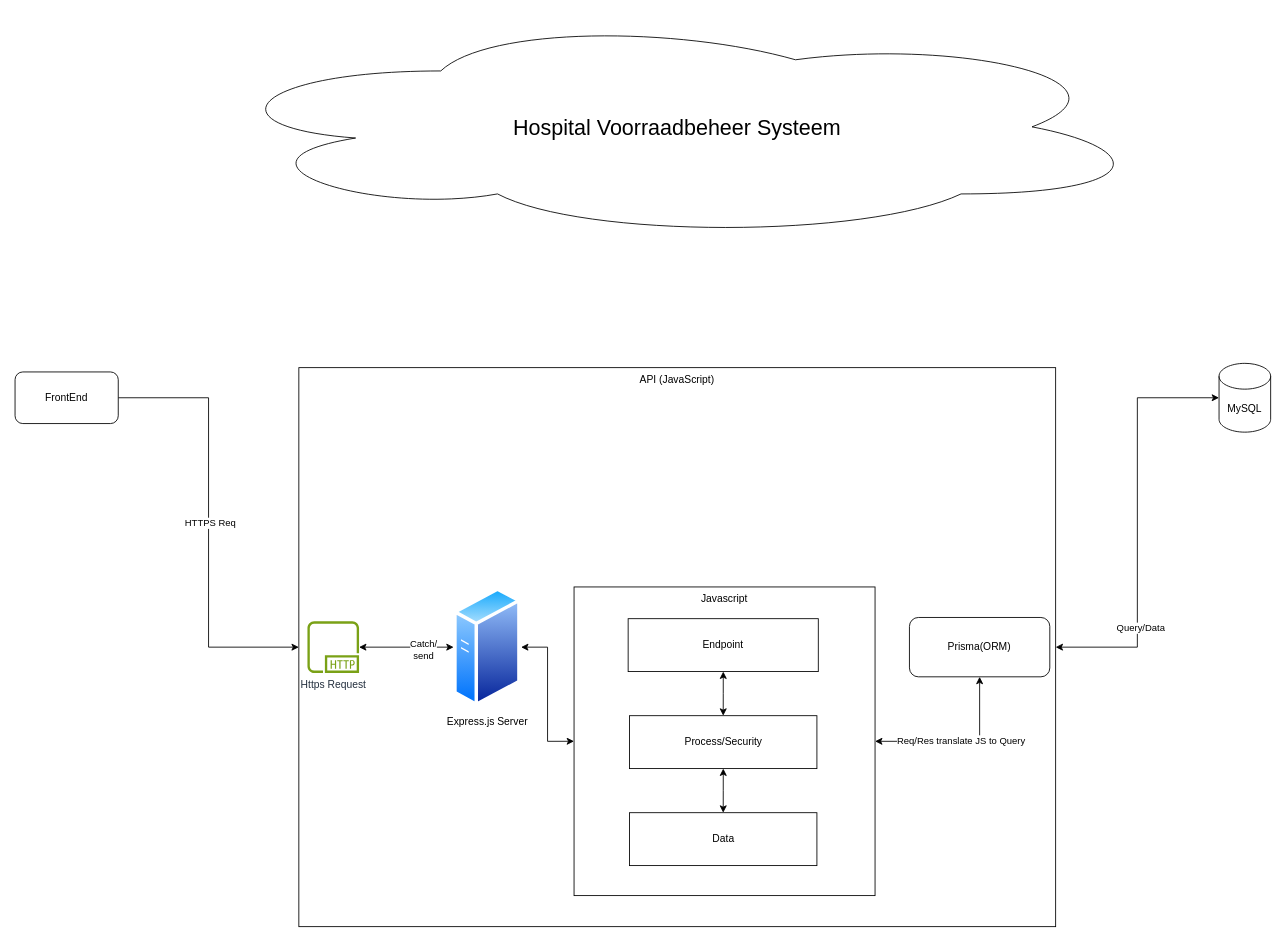
The draw.io diagram planning/Hospital Voorraadbeheer Systeem.drawio in JelOrg/School-Fullstack, before the edit. Source tidied: cells renumbered, new cells numbered last; positions are measured from the earlier drawing's top-left corner, leaving out a move shared by most shapes. Both pictures are drawn from the tidied source at 86%, with x=0, y=0 at pixel (15, -140).
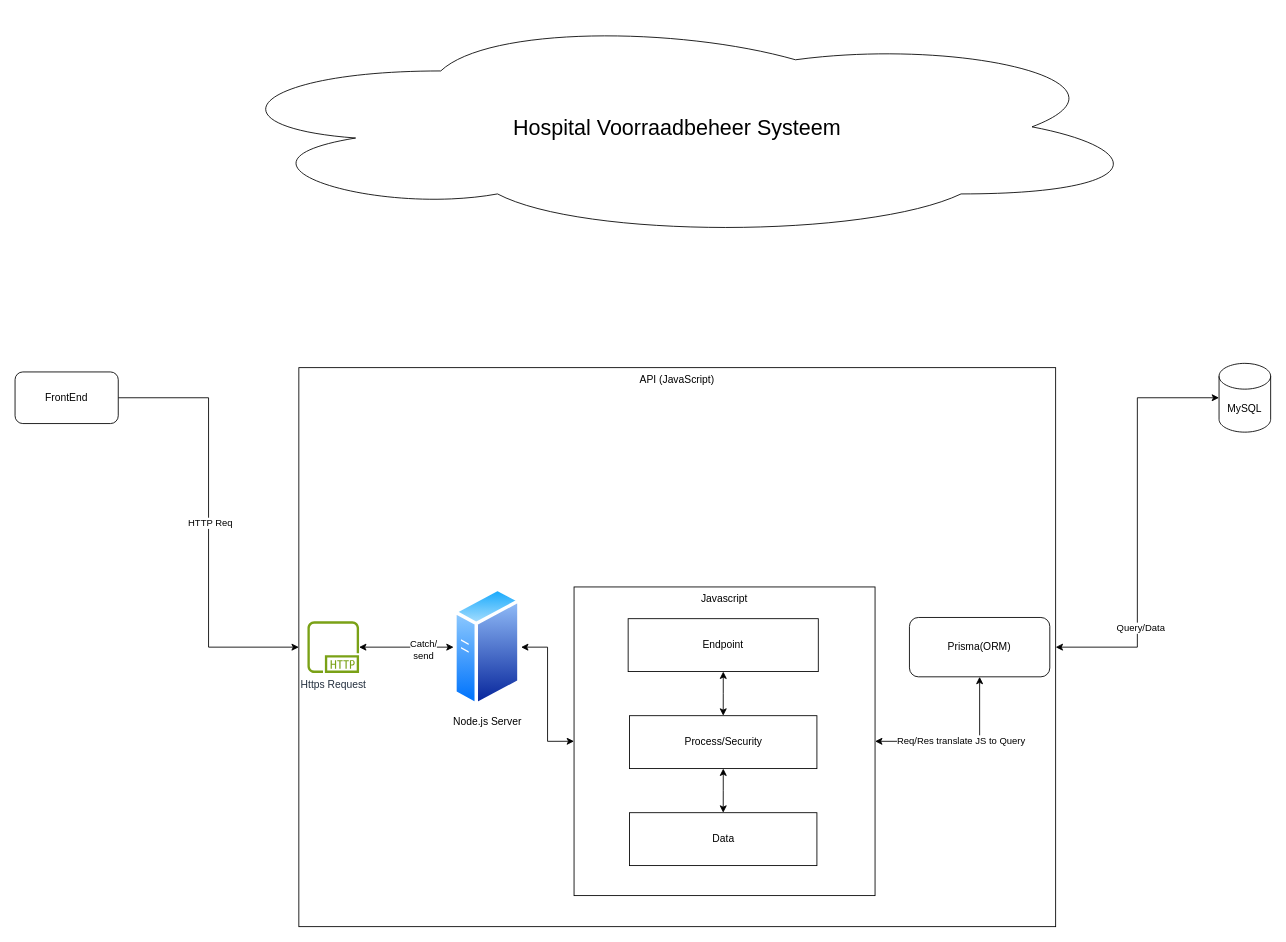
The same page after the edit.

The change refers to these unchanged cells:
```xml
<mxCell id="2" style="edgeStyle=orthogonalEdgeStyle;rounded=0;jettySize=auto;html=1;entryX=0;entryY=0.5;entryDx=0;entryDy=0;" parent="1" edge="1" source="4" target="9">
  <mxGeometry relative="1" as="geometry" />
</mxCell>
<mxCell id="9" value="API (JavaScript)" style="rounded=0;whiteSpace=wrap;html=1;verticalAlign=top;" parent="1" vertex="1">
  <mxGeometry x="330" y="590" width="880" height="650" as="geometry" />
</mxCell>
```

Diff of the diagram source:
```diff
@@
-    <mxCell id="3" value="HTTPS Req" style="edgeLabel;html=1;align=center;verticalAlign=middle;" parent="2" vertex="1">
+    <mxCell id="3" value="HTTP Req" style="edgeLabel;html=1;align=center;verticalAlign=middle;" parent="2" vertex="1">
       <mxGeometry y="1" relative="1" as="geometry" />
     </mxCell>
@@
-    <mxCell id="12" value="Express.js Server" style="image;perimeter=ellipsePerimeter;html=1;align=center;shadow=0;dashed=0;spacingTop=3;image=img/lib/active_directory/generic_server.svg;" parent="9" vertex="1">
+    <mxCell id="12" value="Node&lt;span style=&quot;background-color: light-dark(#ffffff, var(--ge-dark-color, #121212)); color: light-dark(rgb(0, 0, 0), rgb(255, 255, 255));&quot;&gt;.js Server&lt;/span&gt;" style="image;perimeter=ellipsePerimeter;html=1;align=center;shadow=0;dashed=0;spacingTop=3;image=img/lib/active_directory/generic_server.svg;" parent="9" vertex="1">
       <mxGeometry x="180" y="255" width="78.4" height="140" as="geometry" />
     </mxCell>
```
